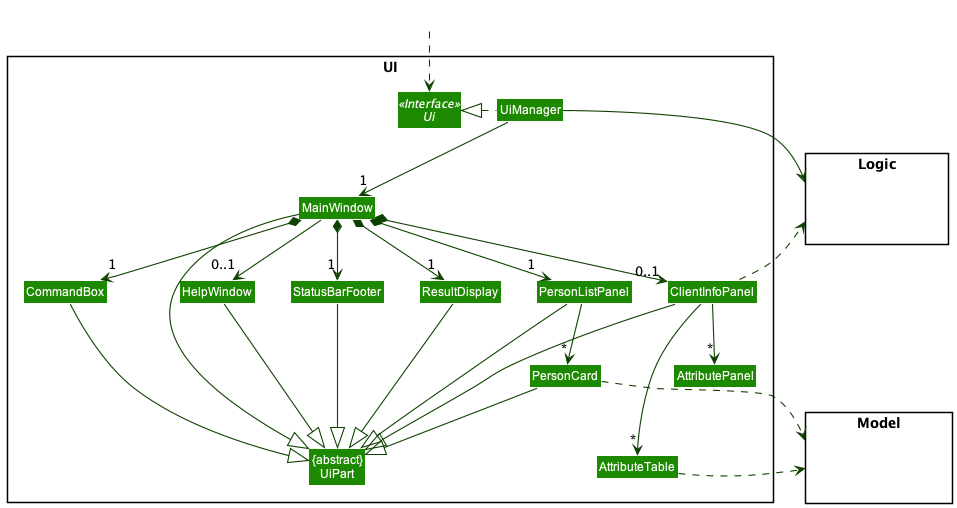
Above: docs/images/UiClassDiagram.png in sheehui/tp (PlantUML), before the change. Source of this version:
```plantuml
@startuml
!include style.puml
skinparam arrowThickness 1.1
skinparam arrowColor UI_COLOR_T4
skinparam classBackgroundColor UI_COLOR

package UI <<Rectangle>>{
Interface Ui <<Interface>>
Class "{abstract}\nUiPart" as UiPart
Class UiManager
Class MainWindow
Class HelpWindow
Class ResultDisplay
Class PersonListPanel
Class PersonCard
Class StatusBarFooter
Class CommandBox
Class ClientInfoPanel
Class AttributePanel
Class AttributeTable
}

package Model <<Rectangle>> {
Class HiddenModel #FFFFFF
}

package Logic <<Rectangle>> {
Class HiddenLogic #FFFFFF
}

Class HiddenOutside #FFFFFF
HiddenOutside ..> Ui

UiManager .left.|> Ui
UiManager -down-> "1" MainWindow
MainWindow *-down->  "1" CommandBox
MainWindow *-down-> "1" ResultDisplay
MainWindow *-down-> "1" PersonListPanel
MainWindow *-down-> "1" StatusBarFooter
MainWindow --> "0..1" HelpWindow
MainWindow *--> "0..1" ClientInfoPanel

PersonListPanel -down-> "*" PersonCard

ClientInfoPanel --> "*" AttributeTable
ClientInfoPanel --> "*" AttributePanel

MainWindow -left-|> UiPart

ResultDisplay --|> UiPart
CommandBox --|> UiPart
PersonListPanel --|> UiPart
PersonCard --|> UiPart
StatusBarFooter --|> UiPart
HelpWindow --|> UiPart
ClientInfoPanel --|> UiPart

PersonCard ..> Model
UiManager -right-> Logic
ClientInfoPanel .right.> Logic
AttributeTable ..> Model

Model -[hidden]left- ClientInfoPanel
Model -[hidden]down- AttributePanel
ClientInfoPanel -[hidden]left- PersonListPanel
PersonListPanel -[hidden]left- HelpWindow
PersonListPanel -[hidden]up- Logic
HelpWindow -[hidden]left- CommandBox
CommandBox -[hidden]left- ResultDisplay
ResultDisplay -[hidden]left- StatusBarFooter
PersonCard -[hidden]right- AttributePanel
PersonCard -[hidden]down- AttributePanel
PersonCard -[hidden]down- AttributeTable

MainWindow -[hidden]-|> UiPart
@enduml
```
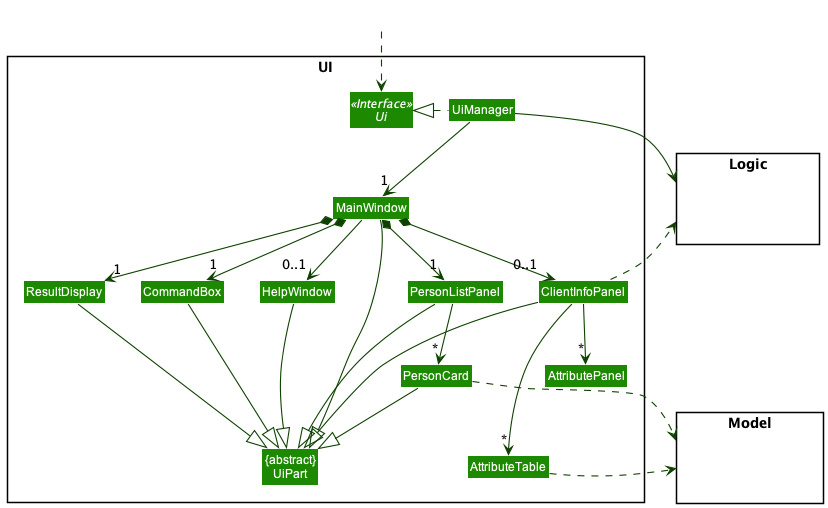
After the change.

Change to the diagram source:
```diff
@@ -13,7 +13,6 @@
 Class ResultDisplay
 Class PersonListPanel
 Class PersonCard
-Class StatusBarFooter
 Class CommandBox
 Class ClientInfoPanel
 Class AttributePanel
@@ -36,7 +35,6 @@
 MainWindow *-down->  "1" CommandBox
 MainWindow *-down-> "1" ResultDisplay
 MainWindow *-down-> "1" PersonListPanel
-MainWindow *-down-> "1" StatusBarFooter
 MainWindow --> "0..1" HelpWindow
 MainWindow *--> "0..1" ClientInfoPanel
 
@@ -51,7 +49,6 @@
 CommandBox --|> UiPart
 PersonListPanel --|> UiPart
 PersonCard --|> UiPart
-StatusBarFooter --|> UiPart
 HelpWindow --|> UiPart
 ClientInfoPanel --|> UiPart
 
@@ -67,7 +64,6 @@
 PersonListPanel -[hidden]up- Logic
 HelpWindow -[hidden]left- CommandBox
 CommandBox -[hidden]left- ResultDisplay
-ResultDisplay -[hidden]left- StatusBarFooter
 PersonCard -[hidden]right- AttributePanel
 PersonCard -[hidden]down- AttributePanel
 PersonCard -[hidden]down- AttributeTable
```
